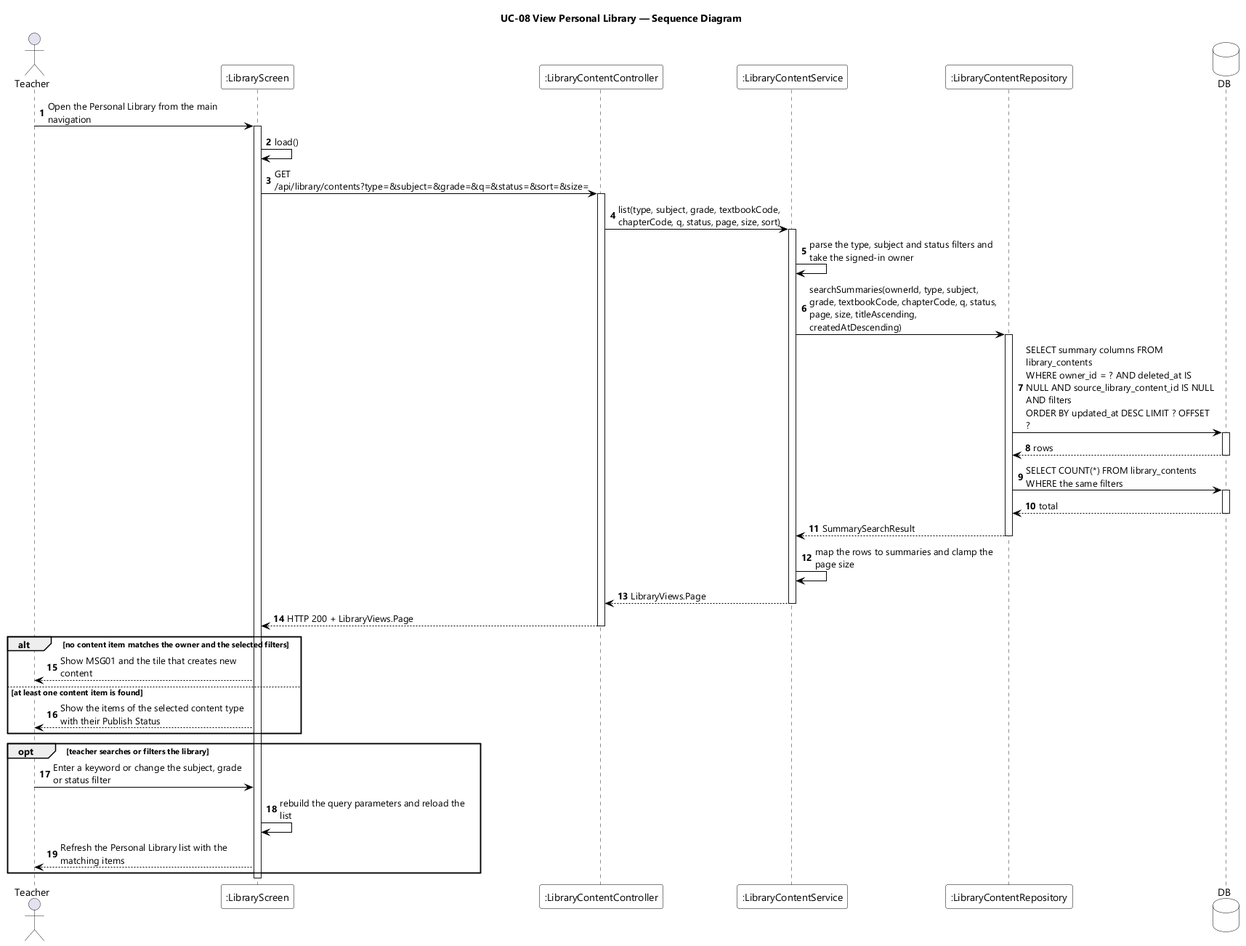
Earlier version of the PlantUML export designs/sds-diagrams/uc08/uc08-sequence-diagram.png (EduA-system/EduA-system).
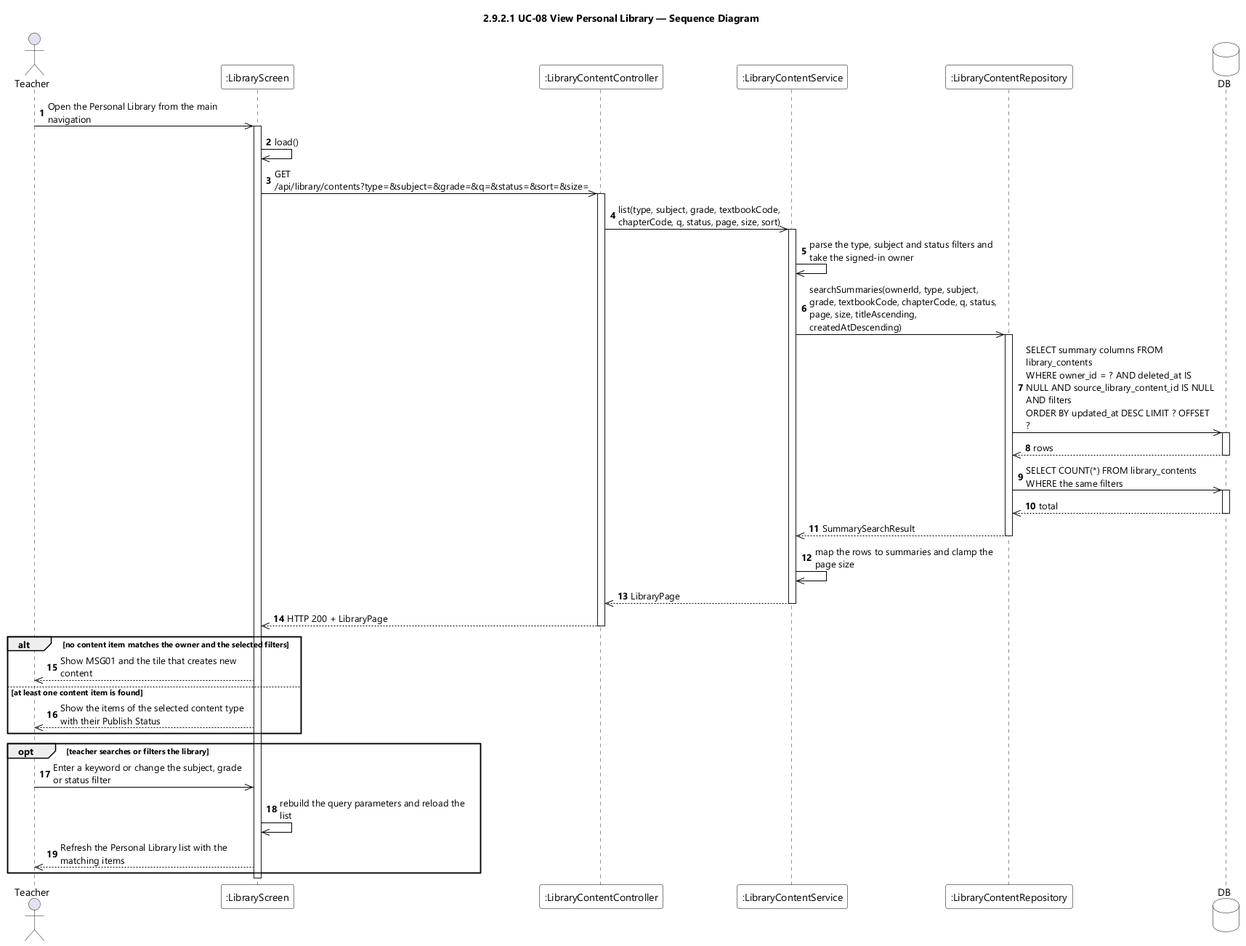
After the change.

Diff of the diagram source:
```diff
@@ -9,7 +9,7 @@
 skinparam ArrowColor #000000
 skinparam sequenceMessageAlign left
 skinparam maxMessageSize 260
-title UC-08 View Personal Library — Sequence Diagram
+title 2.9.2.1 UC-08 View Personal Library — Sequence Diagram
 
 actor Teacher
 participant ":LibraryScreen" as UI
@@ -19,42 +19,42 @@
 database DB
 
 autonumber
-Teacher -> UI : Open the Personal Library from the main navigation
+Teacher ->> UI : Open the Personal Library from the main navigation
 activate UI
-UI -> UI : load()
-UI -> CTL : GET /api/library/contents?type=&subject=&grade=&q=&status=&sort=&size=
+UI ->> UI : load()
+UI ->> CTL : GET /api/library/contents?type=&subject=&grade=&q=&status=&sort=&size=
 activate CTL
-CTL -> SVC : list(type, subject, grade, textbookCode, chapterCode, q, status, page, size, sort)
+CTL ->> SVC : list(type, subject, grade, textbookCode, chapterCode, q, status, page, size, sort)
 activate SVC
-SVC -> SVC : parse the type, subject and status filters and take the signed-in owner
-SVC -> REPO : searchSummaries(ownerId, type, subject, grade, textbookCode, chapterCode, q, status, page, size, titleAscending, createdAtDescending)
+SVC ->> SVC : parse the type, subject and status filters and take the signed-in owner
+SVC ->> REPO : searchSummaries(ownerId, type, subject, grade, textbookCode, chapterCode, q, status, page, size, titleAscending, createdAtDescending)
 activate REPO
-REPO -> DB : SELECT summary columns FROM library_contents\nWHERE owner_id = ? AND deleted_at IS NULL AND source_library_content_id IS NULL AND filters\nORDER BY updated_at DESC LIMIT ? OFFSET ?
+REPO ->> DB : SELECT summary columns FROM library_contents\nWHERE owner_id = ? AND deleted_at IS NULL AND source_library_content_id IS NULL AND filters\nORDER BY updated_at DESC LIMIT ? OFFSET ?
 activate DB
-DB --> REPO : rows
+DB -->> REPO : rows
 deactivate DB
-REPO -> DB : SELECT COUNT(*) FROM library_contents WHERE the same filters
+REPO ->> DB : SELECT COUNT(*) FROM library_contents WHERE the same filters
 activate DB
-DB --> REPO : total
+DB -->> REPO : total
 deactivate DB
-REPO --> SVC : SummarySearchResult
+REPO -->> SVC : SummarySearchResult
 deactivate REPO
-SVC -> SVC : map the rows to summaries and clamp the page size
-SVC --> CTL : LibraryViews.Page
+SVC ->> SVC : map the rows to summaries and clamp the page size
+SVC -->> CTL : LibraryPage
 deactivate SVC
-CTL --> UI : HTTP 200 + LibraryViews.Page
+CTL -->> UI : HTTP 200 + LibraryPage
 deactivate CTL
 
 alt no content item matches the owner and the selected filters
-  UI --> Teacher : Show MSG01 and the tile that creates new content
+  UI -->> Teacher : Show MSG01 and the tile that creates new content
 else at least one content item is found
-  UI --> Teacher : Show the items of the selected content type with their Publish Status
+  UI -->> Teacher : Show the items of the selected content type with their Publish Status
 end
 
 opt teacher searches or filters the library
-  Teacher -> UI : Enter a keyword or change the subject, grade or status filter
-  UI -> UI : rebuild the query parameters and reload the list
-  UI --> Teacher : Refresh the Personal Library list with the matching items
+  Teacher ->> UI : Enter a keyword or change the subject, grade or status filter
+  UI ->> UI : rebuild the query parameters and reload the list
+  UI -->> Teacher : Refresh the Personal Library list with the matching items
 end
 deactivate UI
 @enduml
```
